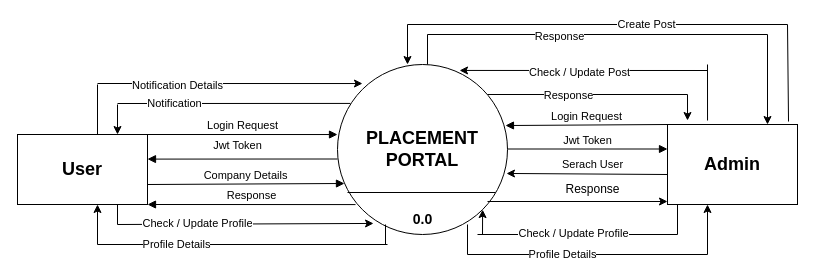
Earlier version of the draw.io diagram placement_dfd.drawio (shalulaha/Minor_Project). Source tidied: cells renumbered, new cells numbered last; positions are measured from the earlier drawing's top-left corner, leaving out a move shared by most shapes. Both pictures are drawn from the tidied source at 100%, with x=0, y=0 at pixel (17, 24).
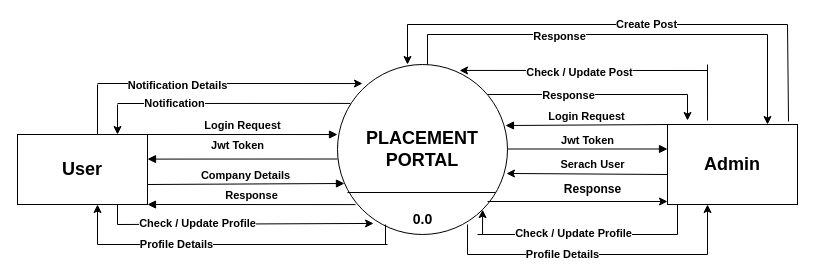
Above is the later version.

The change refers to these unchanged cells:
```xml
<mxCell id="2" value="&lt;b&gt;&lt;font style=&quot;font-size: 18px;&quot;&gt;PLACEMENT PORTAL&lt;/font&gt;&lt;/b&gt;" style="ellipse;whiteSpace=wrap;html=1;" parent="1" vertex="1">
  <mxGeometry x="320" y="40" width="170" height="170" as="geometry" />
</mxCell>
<mxCell id="3" value="&lt;font style=&quot;font-size: 18px;&quot;&gt;&lt;b&gt;User&lt;/b&gt;&lt;/font&gt;" style="whiteSpace=wrap;html=1;align=center;" parent="1" vertex="1">
  <mxGeometry y="110" width="130" height="70" as="geometry" />
</mxCell>
<mxCell id="4" value="&lt;font style=&quot;font-size: 18px;&quot;&gt;&lt;b&gt;Admin&lt;/b&gt;&lt;/font&gt;" style="whiteSpace=wrap;html=1;align=center;" parent="1" vertex="1">
  <mxGeometry x="650" y="100" width="130" height="80" as="geometry" />
</mxCell>
<mxCell id="10" style="endArrow=none;html=1;rounded=0;entryX=0.076;entryY=0.229;entryDx=0;entryDy=0;entryPerimeter=0;" parent="1" edge="1" target="2">
  <mxGeometry relative="1" as="geometry">
    <mxPoint x="100" y="79" as="sourcePoint" />
  </mxGeometry>
</mxCell>
<mxCell id="14" style="endArrow=classic;html=1;rounded=0;entryX=0.147;entryY=0.112;entryDx=0;entryDy=0;entryPerimeter=0;" parent="1" edge="1" target="2">
  <mxGeometry relative="1" as="geometry">
    <mxPoint x="80" y="59" as="sourcePoint" />
  </mxGeometry>
</mxCell>
<mxCell id="17" style="endArrow=classic;html=1;rounded=0;entryX=0.212;entryY=0.935;entryDx=0;entryDy=0;entryPerimeter=0;" parent="1" edge="1" target="2">
  <mxGeometry relative="1" as="geometry">
    <mxPoint x="100" y="200" as="sourcePoint" />
  </mxGeometry>
</mxCell>
<mxCell id="21" style="endArrow=none;html=1;rounded=0;" parent="1" edge="1">
  <mxGeometry relative="1" as="geometry">
    <mxPoint x="80" y="220" as="sourcePoint" />
    <mxPoint x="370" y="220" as="targetPoint" />
  </mxGeometry>
</mxCell>
<mxCell id="31" style="endArrow=none;html=1;rounded=0;" parent="1" edge="1">
  <mxGeometry relative="1" as="geometry">
    <mxPoint x="450" y="230" as="sourcePoint" />
    <mxPoint x="690" y="230" as="targetPoint" />
  </mxGeometry>
</mxCell>
<mxCell id="34" style="endArrow=none;html=1;rounded=0;" parent="1" edge="1">
  <mxGeometry relative="1" as="geometry">
    <mxPoint x="460" y="210" as="sourcePoint" />
    <mxPoint x="660" y="210" as="targetPoint" />
  </mxGeometry>
</mxCell>
<mxCell id="38" style="endArrow=classic;html=1;rounded=0;entryX=0.718;entryY=0.035;entryDx=0;entryDy=0;entryPerimeter=0;" parent="1" edge="1" target="2">
  <mxGeometry relative="1" as="geometry">
    <mxPoint x="690" y="46" as="sourcePoint" />
  </mxGeometry>
</mxCell>
<mxCell id="41" style="endArrow=none;html=1;rounded=0;" parent="1" edge="1">
  <mxGeometry relative="1" as="geometry">
    <mxPoint x="470" y="70" as="sourcePoint" />
    <mxPoint x="670" y="70" as="targetPoint" />
  </mxGeometry>
</mxCell>
<mxCell id="46" style="endArrow=none;html=1;rounded=0;" parent="1" edge="1">
  <mxGeometry relative="1" as="geometry">
    <mxPoint x="410" y="10" as="sourcePoint" />
    <mxPoint x="750" y="10" as="targetPoint" />
  </mxGeometry>
</mxCell>
<mxCell id="49" style="endArrow=none;html=1;rounded=0;" parent="1" edge="1">
  <mxGeometry relative="1" as="geometry">
    <mxPoint x="390" as="sourcePoint" />
    <mxPoint x="770" as="targetPoint" />
  </mxGeometry>
</mxCell>
```

Change to the diagram source:
```diff
@@
-    <mxCell id="5" value="Login Request" style="html=1;verticalAlign=bottom;endArrow=block;curved=0;rounded=0;entryX=0;entryY=0.412;entryDx=0;entryDy=0;entryPerimeter=0;" parent="1" edge="1" target="2">
+    <mxCell id="5" value="&lt;b&gt;Login Request&lt;/b&gt;" style="html=1;verticalAlign=bottom;endArrow=block;curved=0;rounded=0;entryX=0;entryY=0.412;entryDx=0;entryDy=0;entryPerimeter=0;" parent="1" edge="1" target="2">
       <mxGeometry relative="1" as="geometry">
         <mxPoint x="130" y="110" as="sourcePoint" />
       </mxGeometry>
     </mxCell>
-    <mxCell id="6" value="Company Details" style="html=1;verticalAlign=bottom;endArrow=block;curved=0;rounded=0;entryX=0.041;entryY=0.7;entryDx=0;entryDy=0;entryPerimeter=0;" parent="1" edge="1" target="2">
+    <mxCell id="6" value="&lt;b&gt;Company Details&lt;/b&gt;" style="html=1;verticalAlign=bottom;endArrow=block;curved=0;rounded=0;entryX=0.041;entryY=0.7;entryDx=0;entryDy=0;entryPerimeter=0;" parent="1" edge="1" target="2">
       <mxGeometry relative="1" as="geometry">
         <mxPoint x="130" y="160" as="sourcePoint" />
       </mxGeometry>
     </mxCell>
-    <mxCell id="7" value="Jwt Token" style="html=1;verticalAlign=bottom;endArrow=block;curved=0;rounded=0;entryX=0;entryY=0.412;entryDx=0;entryDy=0;entryPerimeter=0;" parent="1" edge="1">
+    <mxCell id="7" value="&lt;b&gt;Jwt Token&lt;/b&gt;" style="html=1;verticalAlign=bottom;endArrow=block;curved=0;rounded=0;entryX=0;entryY=0.412;entryDx=0;entryDy=0;entryPerimeter=0;" parent="1" edge="1">
       <mxGeometry relative="1" as="geometry">
         <mxPoint x="490" y="124.5" as="sourcePoint" />
         <mxPoint x="650" y="124.5" as="targetPoint" />
       </mxGeometry>
     </mxCell>
-    <mxCell id="8" value="Jwt Token" style="html=1;verticalAlign=bottom;endArrow=block;curved=0;rounded=0;entryX=1;entryY=0.25;entryDx=0;entryDy=0;exitX=0;exitY=0.495;exitDx=0;exitDy=0;exitPerimeter=0;" parent="1" edge="1">
+    <mxCell id="8" value="&lt;b&gt;Jwt Token&lt;/b&gt;" style="html=1;verticalAlign=bottom;endArrow=block;curved=0;rounded=0;entryX=1;entryY=0.25;entryDx=0;entryDy=0;exitX=0;exitY=0.495;exitDx=0;exitDy=0;exitPerimeter=0;" parent="1" edge="1">
       <mxGeometry x="0.05" y="-5" relative="1" as="geometry">
         <mxPoint x="320" y="134.5" as="sourcePoint" />
         <mxPoint x="130" y="134.6" as="targetPoint" />
       </mxGeometry>
     </mxCell>
-    <mxCell id="9" value="Response" style="html=1;verticalAlign=bottom;endArrow=block;curved=0;rounded=0;entryX=1;entryY=1;entryDx=0;entryDy=0;exitX=0.106;exitY=0.824;exitDx=0;exitDy=0;exitPerimeter=0;" parent="1" edge="1" source="2" target="3">
+    <mxCell id="9" value="&lt;b&gt;Response&lt;/b&gt;" style="html=1;verticalAlign=bottom;endArrow=block;curved=0;rounded=0;entryX=1;entryY=1;entryDx=0;entryDy=0;exitX=0.106;exitY=0.824;exitDx=0;exitDy=0;exitPerimeter=0;" parent="1" edge="1" source="2" target="3">
       <mxGeometry relative="1" as="geometry" />
     </mxCell>
@@
-    <mxCell id="11" value="Notification" style="edgeLabel;html=1;align=center;verticalAlign=middle;" parent="10" vertex="1">
+    <mxCell id="11" value="&lt;b&gt;Notification&lt;/b&gt;" style="edgeLabel;html=1;align=center;verticalAlign=middle;" parent="10" vertex="1">
       <mxGeometry x="-0.51" relative="1" as="geometry" />
     </mxCell>
@@
-    <mxCell id="15" value="Notification Details" style="edgeLabel;html=1;align=center;verticalAlign=middle;" parent="14" vertex="1">
+    <mxCell id="15" value="&lt;b&gt;Notification Details&lt;/b&gt;" style="edgeLabel;html=1;align=center;verticalAlign=middle;" parent="14" vertex="1">
       <mxGeometry x="-0.66" y="-1" relative="1" as="geometry">
         <mxPoint x="35" as="offset" />
       </mxGeometry>
     </mxCell>
@@
-    <mxCell id="18" value="Check / Update Profile" style="edgeLabel;html=1;align=center;verticalAlign=middle;" parent="17" vertex="1">
+    <mxCell id="18" value="&lt;b&gt;Check / Update Profile&lt;/b&gt;" style="edgeLabel;html=1;align=center;verticalAlign=middle;" parent="17" vertex="1">
       <mxGeometry x="-0.58" y="1" relative="1" as="geometry">
         <mxPoint x="26" as="offset" />
       </mxGeometry>
     </mxCell>
@@
-    <mxCell id="22" value="Profile Details" style="edgeLabel;html=1;align=center;verticalAlign=middle;" parent="21" vertex="1">
+    <mxCell id="22" value="&lt;b&gt;Profile Details&lt;/b&gt;" style="edgeLabel;html=1;align=center;verticalAlign=middle;" parent="21" vertex="1">
       <mxGeometry x="-0.67" y="1" relative="1" as="geometry">
         <mxPoint x="30" as="offset" />
       </mxGeometry>
     </mxCell>
@@
-    <mxCell id="26" value="&lt;font style=&quot;font-size: 11px;&quot;&gt;Serach User&lt;/font&gt;" style="text;html=1;align=center;verticalAlign=middle;strokeColor=none;fillColor=none;" parent="1" vertex="1">
-      <mxGeometry x="535" y="125" width="80" height="30" as="geometry" />
+    <mxCell id="26" value="&lt;font style=&quot;font-size: 11px;&quot;&gt;&lt;b&gt;Serach User&lt;/b&gt;&lt;/font&gt;" style="text;html=1;align=center;verticalAlign=middle;strokeColor=none;fillColor=none;" parent="1" vertex="1">
+      <mxGeometry x="530" y="125" width="90" height="30" as="geometry" />
     </mxCell>
-    <mxCell id="27" value="Response" style="text;html=1;align=center;verticalAlign=middle;strokeColor=none;fillColor=none;" parent="1" vertex="1">
+    <mxCell id="27" value="&lt;b&gt;Response&lt;/b&gt;" style="text;html=1;align=center;verticalAlign=middle;strokeColor=none;fillColor=none;" parent="1" vertex="1">
       <mxGeometry x="535" y="150" width="80" height="30" as="geometry" />
     </mxCell>
-    <mxCell id="28" value="Login Request" style="html=1;verticalAlign=bottom;endArrow=block;curved=0;rounded=0;exitX=0;exitY=0;exitDx=0;exitDy=0;entryX=0.988;entryY=0.359;entryDx=0;entryDy=0;entryPerimeter=0;" parent="1" edge="1" source="4" target="2">
+    <mxCell id="28" value="&lt;b&gt;Login Request&lt;/b&gt;" style="html=1;verticalAlign=bottom;endArrow=block;curved=0;rounded=0;exitX=0;exitY=0;exitDx=0;exitDy=0;entryX=0.988;entryY=0.359;entryDx=0;entryDy=0;entryPerimeter=0;" parent="1" edge="1" source="4" target="2">
       <mxGeometry relative="1" as="geometry" />
     </mxCell>
@@
-    <mxCell id="32" value="Profile Details" style="edgeLabel;html=1;align=center;verticalAlign=middle;" parent="31" vertex="1">
+    <mxCell id="32" value="&lt;b&gt;Profile Details&lt;/b&gt;" style="edgeLabel;html=1;align=center;verticalAlign=middle;" parent="31" vertex="1">
       <mxGeometry x="-0.45" y="1" relative="1" as="geometry">
         <mxPoint x="28" as="offset" />
       </mxGeometry>
     </mxCell>
@@
-    <mxCell id="35" value="Check / Update Profile" style="edgeLabel;html=1;align=center;verticalAlign=middle;" parent="34" vertex="1">
+    <mxCell id="35" value="&lt;b&gt;Check / Update Profile&lt;/b&gt;" style="edgeLabel;html=1;align=center;verticalAlign=middle;" parent="34" vertex="1">
       <mxGeometry x="-0.05" y="2" relative="1" as="geometry" />
     </mxCell>
@@
-    <mxCell id="39" value="Check / Update Post" style="edgeLabel;html=1;align=center;verticalAlign=middle;" parent="38" vertex="1">
+    <mxCell id="39" value="&lt;b&gt;Check / Update Post&lt;/b&gt;" style="edgeLabel;html=1;align=center;verticalAlign=middle;" parent="38" vertex="1">
       <mxGeometry x="0.03" y="2" relative="1" as="geometry" />
     </mxCell>
@@
-    <mxCell id="42" value="Response" style="edgeLabel;html=1;align=center;verticalAlign=middle;" parent="41" vertex="1">
+    <mxCell id="42" value="&lt;b&gt;Response&lt;/b&gt;" style="edgeLabel;html=1;align=center;verticalAlign=middle;" parent="41" vertex="1">
       <mxGeometry x="-0.4" relative="1" as="geometry">
         <mxPoint x="20" as="offset" />
       </mxGeometry>
     </mxCell>
@@
-    <mxCell id="47" value="Response" style="edgeLabel;html=1;align=center;verticalAlign=middle;" parent="46" vertex="1">
+    <mxCell id="47" value="&lt;b&gt;Response&lt;/b&gt;" style="edgeLabel;html=1;align=center;verticalAlign=middle;" parent="46" vertex="1">
       <mxGeometry x="-0.23" y="-1" relative="1" as="geometry" />
     </mxCell>
@@
-    <mxCell id="50" value="Create Post" style="edgeLabel;html=1;align=center;verticalAlign=middle;" parent="49" vertex="1">
+    <mxCell id="50" value="&lt;b&gt;Create Post&lt;/b&gt;" style="edgeLabel;html=1;align=center;verticalAlign=middle;" parent="49" vertex="1">
       <mxGeometry x="0.25" y="1" relative="1" as="geometry" />
     </mxCell>
```
